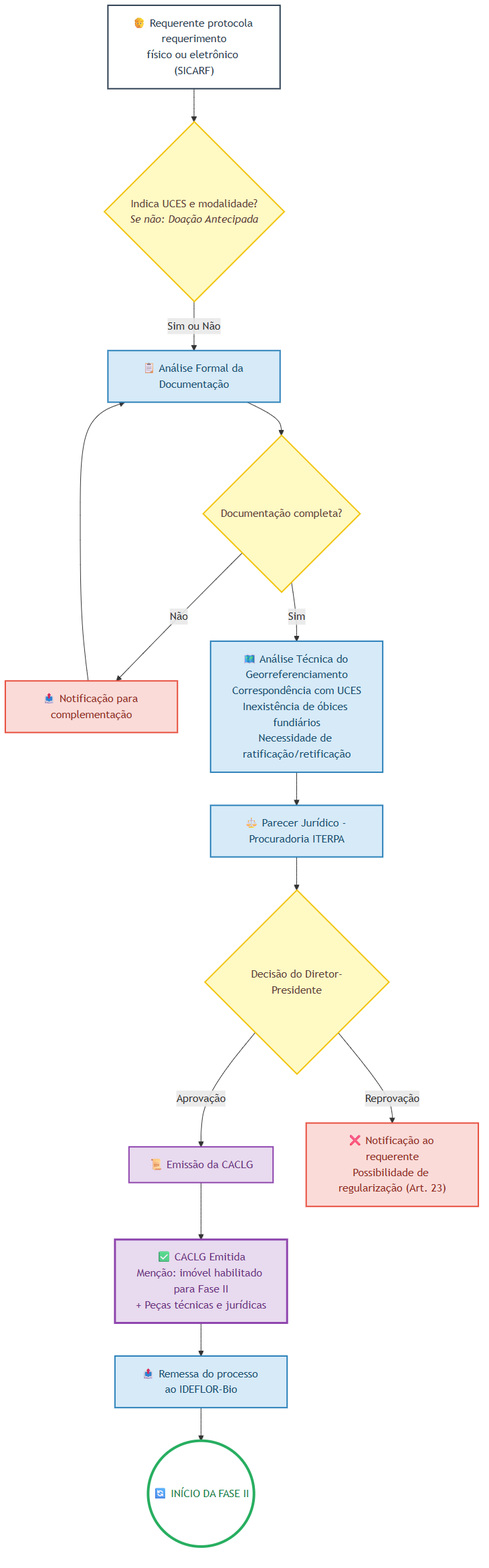
Above: docs/03-fluxos/imagens/02-fase-i.png in NGEO-IDEFLOR-Bio/certFundiaria-uces-pa (Mermaid), before the change. Its source is kept beside it as docs/03-fluxos/imagens/02-fase-i.mmd.
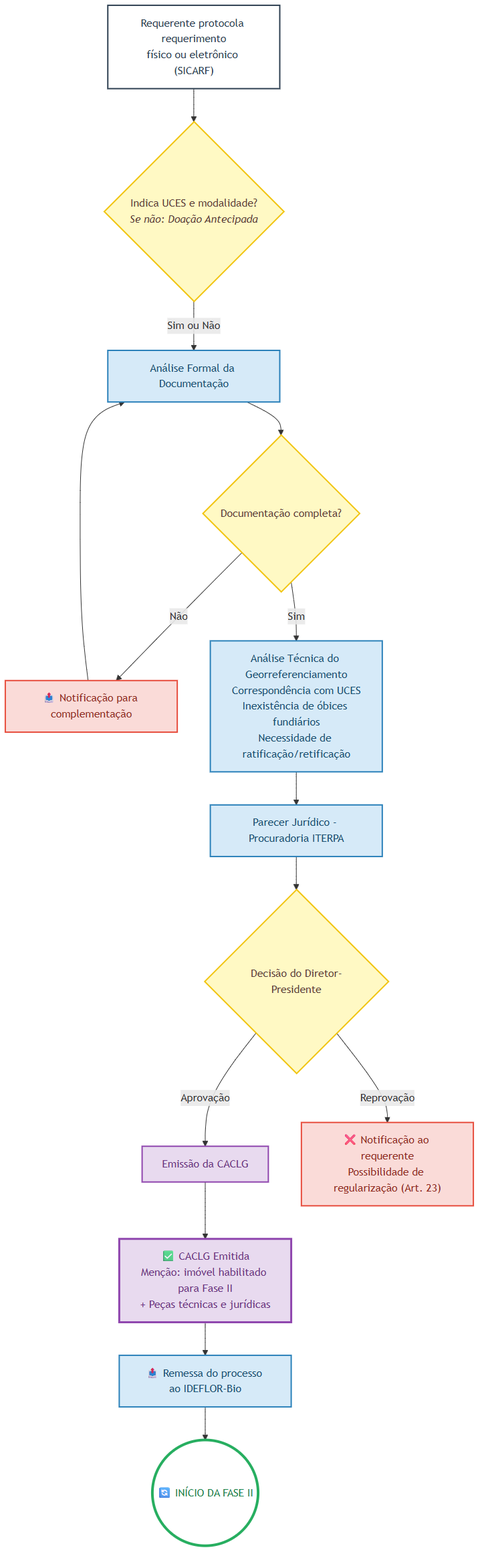
The same file after the commit.

The edit, as a diff of the source:
```diff
@@ -5,23 +5,23 @@
     classDef rejeicao fill:#FADBD8,stroke:#E74C3C,stroke-width:2px,color:#922B21
     classDef inicio fill:#FFFFFF,stroke:#2C3E50,stroke-width:2px,color:#2C3E50
 
-    REQ["🧑 Requerente protocola requerimento<br/>físico ou eletrônico (SICARF)"]:::inicio
+    REQ["Requerente protocola requerimento<br/>físico ou eletrônico (SICARF)"]:::inicio
     --> MOD{"Indica UCES e modalidade?<br/><i>Se não: Doação Antecipada</i>"}:::decisao
 
-    MOD --> |Sim ou Não| AF["📋 Análise Formal da Documentação"]:::iterpa
+    MOD --> |Sim ou Não| AF["Análise Formal da Documentação"]:::iterpa
 
     AF --> DOCOK{"Documentação completa?"}:::decisao
 
     DOCOK --> |Não| COMP["📤 Notificação para complementação"]:::rejeicao
     COMP --> AF
 
-    DOCOK --> |Sim| GEO["🗺️ Análise Técnica do Georreferenciamento<br/>Correspondência com UCES<br/>Inexistência de óbices fundiários<br/>Necessidade de ratificação/retificação"]:::iterpa
+    DOCOK --> |Sim| GEO["Análise Técnica do Georreferenciamento<br/>Correspondência com UCES<br/>Inexistência de óbices fundiários<br/>Necessidade de ratificação/retificação"]:::iterpa
 
-    GEO --> PJ["⚖️ Parecer Jurídico - Procuradoria ITERPA"]:::iterpa
+    GEO --> PJ["Parecer Jurídico - Procuradoria ITERPA"]:::iterpa
 
     PJ --> DP{"Decisão do Diretor-Presidente"}:::decisao
 
-    DP --> |Aprovação| EMIT["📜 Emissão da CACLG"]:::documento
+    DP --> |Aprovação| EMIT["Emissão da CACLG"]:::documento
     DP --> |Reprovação| NAO["❌ Notificação ao requerente<br/>Possibilidade de regularização (Art. 23)"]:::rejeicao
 
     EMIT --> CACLG["✅ CACLG Emitida<br/>Menção: imóvel habilitado para Fase II<br/>+ Peças técnicas e jurídicas"]:::documento
```
